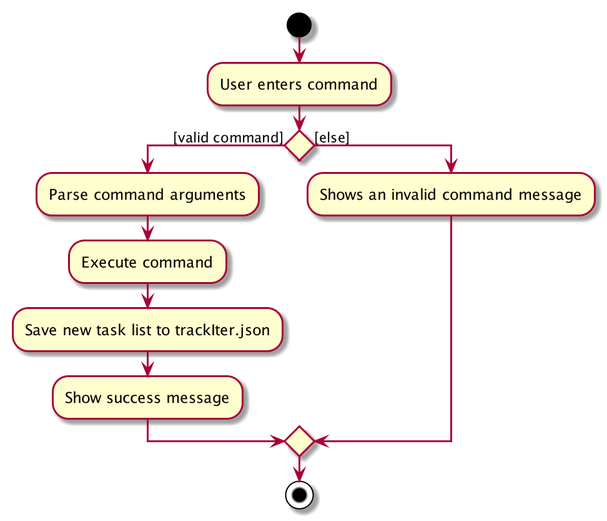
simonteozw/tp keeps this PlantUML diagram as docs/images/AddTaskActivityDiagram.png. Above is the earlier version.
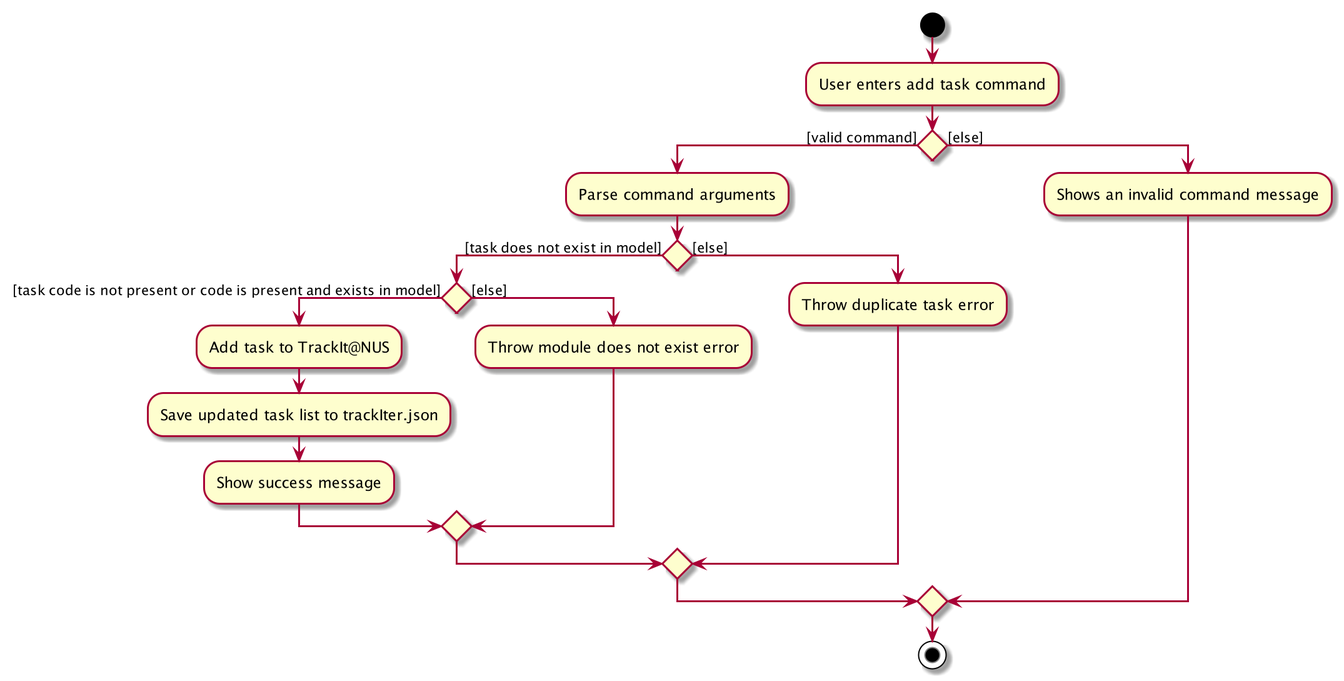
After the change.

Change to the diagram source:
```diff
@@ -1,13 +1,21 @@
 @startuml
 start
-:User enters command;
+:User enters add task command;
 
 
 if () then ([valid command])
     :Parse command arguments;
-    :Execute command;
-    :Save new task list to trackIter.json;
-    :Show success message;
+    if () then ([task does not exist in model])
+        if () then ([task code is not present or code is present and exists in model])
+            :Add task to TrackIt@NUS;
+            :Save updated task list to trackIter.json;
+            :Show success message;
+        else ([else])
+            :Throw module does not exist error;
+        endif
+    else ([else])
+        :Throw duplicate task error;
+    endif
 else ([else])
     :Shows an invalid command message;
 endif
```
